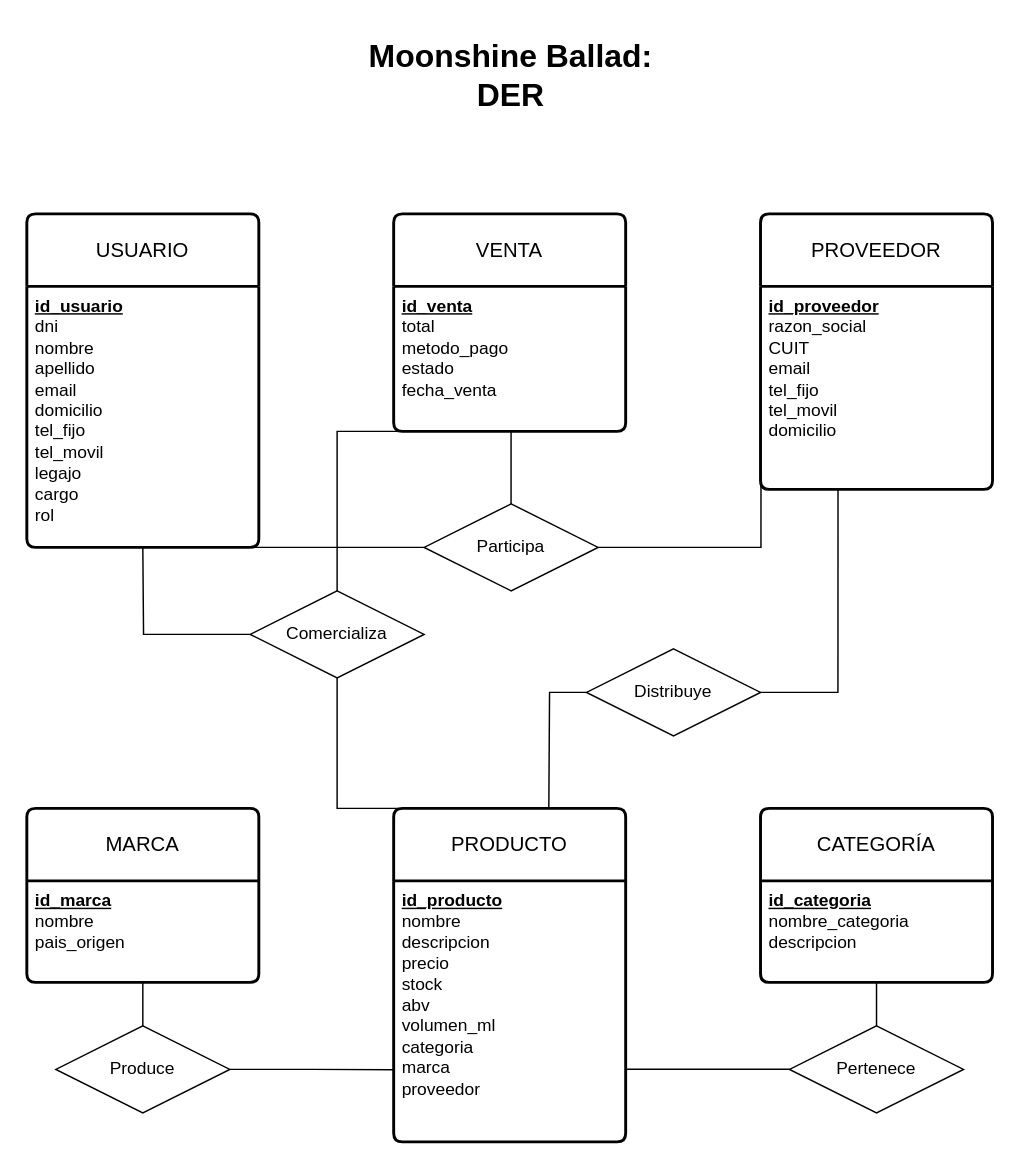
The draw.io diagram docs/diagramas/3er_DER.drawio in caudex-nox/moonshine-ballad, before the edit. Source tidied: cells renumbered, new cells numbered last; positions are measured from the earlier drawing's top-left corner, leaving out a move shared by most shapes. Both pictures are drawn from the tidied source at 145%, with x=0, y=0 at pixel (26, 25).
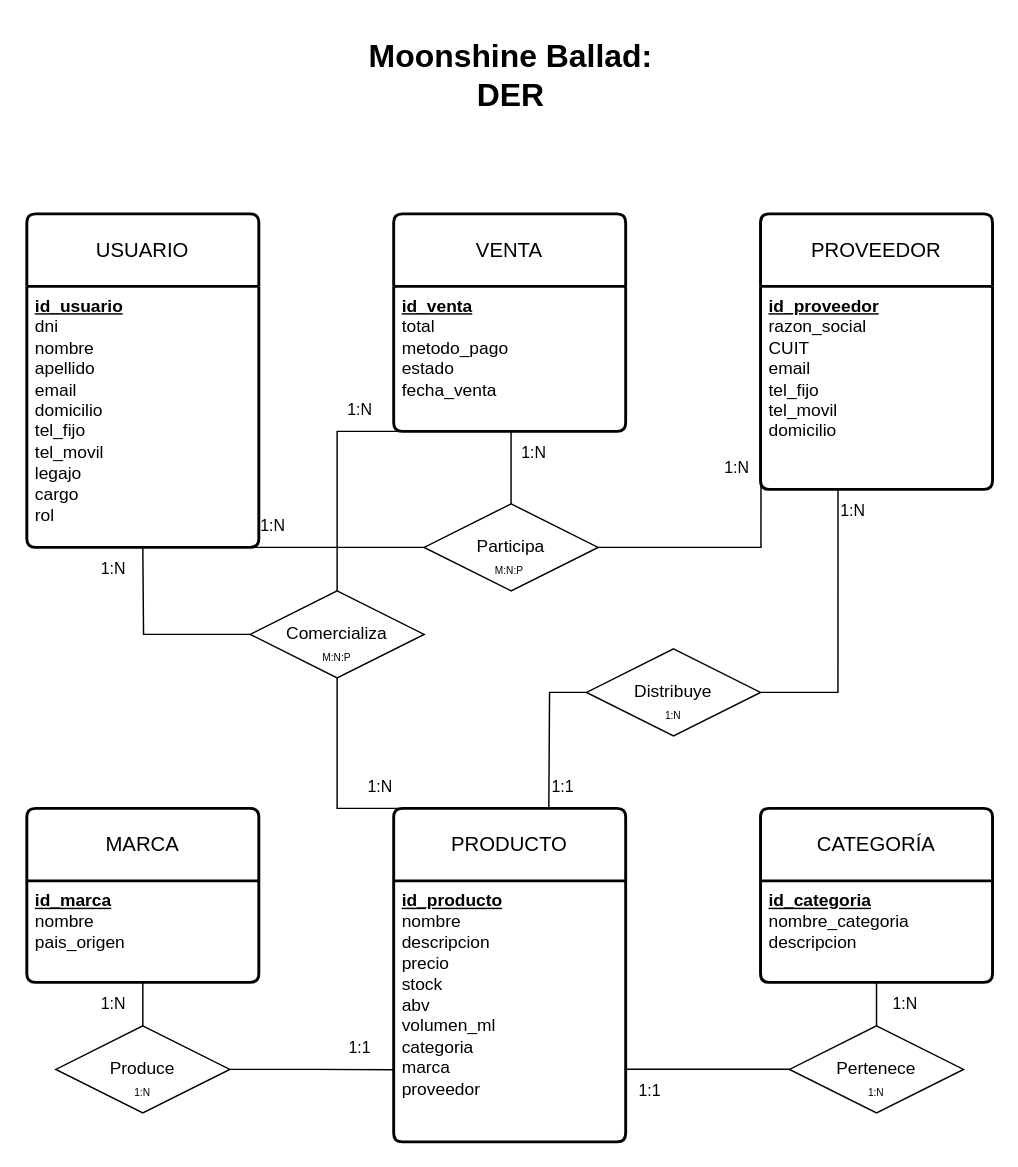
The same diagram, later.

Diff of the diagram source:
```diff
@@
+    <mxCell id="33" value="1:N" style="text;html=1;whiteSpace=wrap;strokeColor=none;fillColor=none;align=center;verticalAlign=middle;rounded=0;fontSize=11;" parent="1" vertex="1">
+      <mxGeometry x="30" y="360" width="60" height="30" as="geometry" />
+    </mxCell>
+    <mxCell id="34" value="1:N" style="text;html=1;whiteSpace=wrap;strokeColor=none;fillColor=none;align=center;verticalAlign=middle;rounded=0;fontSize=11;" parent="1" vertex="1">
+      <mxGeometry x="200" y="250" width="60" height="30" as="geometry" />
+    </mxCell>
+    <mxCell id="35" value="1:N" style="text;html=1;whiteSpace=wrap;strokeColor=none;fillColor=none;align=center;verticalAlign=middle;rounded=0;fontSize=11;" parent="1" vertex="1">
+      <mxGeometry x="214" y="510" width="60" height="30" as="geometry" />
+    </mxCell>
+    <mxCell id="36" value="&lt;font style=&quot;font-size: 7px;&quot;&gt;M:N:P&lt;/font&gt;" style="text;html=1;whiteSpace=wrap;strokeColor=none;fillColor=none;align=center;verticalAlign=middle;rounded=0;" parent="1" vertex="1">
+      <mxGeometry x="184" y="420" width="60" height="30" as="geometry" />
+    </mxCell>
+    <mxCell id="37" value="1:N" style="text;html=1;whiteSpace=wrap;strokeColor=none;fillColor=none;align=center;verticalAlign=middle;rounded=0;fontSize=11;" parent="1" vertex="1">
+      <mxGeometry x="140" y="330" width="60" height="30" as="geometry" />
+    </mxCell>
+    <mxCell id="38" value="1:N" style="text;html=1;whiteSpace=wrap;strokeColor=none;fillColor=none;align=center;verticalAlign=middle;rounded=0;fontSize=11;" parent="1" vertex="1">
+      <mxGeometry x="320" y="280" width="60" height="30" as="geometry" />
+    </mxCell>
+    <mxCell id="39" value="1:N" style="text;html=1;whiteSpace=wrap;strokeColor=none;fillColor=none;align=center;verticalAlign=middle;rounded=0;fontSize=11;" parent="1" vertex="1">
+      <mxGeometry x="460" y="290" width="60" height="30" as="geometry" />
+    </mxCell>
+    <mxCell id="40" value="&lt;font style=&quot;font-size: 7px;&quot;&gt;M:N:P&lt;/font&gt;" style="text;html=1;whiteSpace=wrap;strokeColor=none;fillColor=none;align=center;verticalAlign=middle;rounded=0;" parent="1" vertex="1">
+      <mxGeometry x="303" y="360" width="60" height="30" as="geometry" />
+    </mxCell>
+    <mxCell id="41" value="1:N" style="text;html=1;whiteSpace=wrap;strokeColor=none;fillColor=none;align=center;verticalAlign=middle;rounded=0;fontSize=11;" parent="1" vertex="1">
+      <mxGeometry x="540" y="320" width="60" height="30" as="geometry" />
+    </mxCell>
+    <mxCell id="42" value="1:1" style="text;html=1;whiteSpace=wrap;strokeColor=none;fillColor=none;align=center;verticalAlign=middle;rounded=0;fontSize=11;" parent="1" vertex="1">
+      <mxGeometry x="340" y="510" width="60" height="30" as="geometry" />
+    </mxCell>
+    <mxCell id="43" value="1:1" style="text;html=1;whiteSpace=wrap;strokeColor=none;fillColor=none;align=center;verticalAlign=middle;rounded=0;fontSize=11;" parent="1" vertex="1">
+      <mxGeometry x="200" y="690" width="60" height="30" as="geometry" />
+    </mxCell>
+    <mxCell id="44" value="1:N" style="text;html=1;whiteSpace=wrap;strokeColor=none;fillColor=none;align=center;verticalAlign=middle;rounded=0;fontSize=11;" parent="1" vertex="1">
+      <mxGeometry x="30" y="660" width="60" height="30" as="geometry" />
+    </mxCell>
+    <mxCell id="45" value="1:N" style="text;html=1;whiteSpace=wrap;strokeColor=none;fillColor=none;align=center;verticalAlign=middle;rounded=0;fontSize=11;" parent="1" vertex="1">
+      <mxGeometry x="576" y="660" width="60" height="30" as="geometry" />
+    </mxCell>
+    <mxCell id="46" value="1:1" style="text;html=1;whiteSpace=wrap;strokeColor=none;fillColor=none;align=center;verticalAlign=middle;rounded=0;fontSize=11;" parent="1" vertex="1">
+      <mxGeometry x="400" y="720" width="60" height="30" as="geometry" />
+    </mxCell>
+    <mxCell id="47" value="&lt;font style=&quot;font-size: 7px;&quot;&gt;1:N&lt;/font&gt;" style="text;html=1;whiteSpace=wrap;strokeColor=none;fillColor=none;align=center;verticalAlign=middle;rounded=0;" parent="1" vertex="1">
+      <mxGeometry x="416" y="460" width="60" height="30" as="geometry" />
+    </mxCell>
+    <mxCell id="48" value="&lt;font style=&quot;font-size: 7px;&quot;&gt;1:N&lt;/font&gt;" style="text;html=1;whiteSpace=wrap;strokeColor=none;fillColor=none;align=center;verticalAlign=middle;rounded=0;" parent="1" vertex="1">
+      <mxGeometry x="556" y="720" width="60" height="30" as="geometry" />
+    </mxCell>
+    <mxCell id="49" value="&lt;font style=&quot;font-size: 7px;&quot;&gt;1:N&lt;/font&gt;" style="text;html=1;whiteSpace=wrap;strokeColor=none;fillColor=none;align=center;verticalAlign=middle;rounded=0;" parent="1" vertex="1">
+      <mxGeometry x="50" y="720" width="60" height="30" as="geometry" />
+    </mxCell>
```
